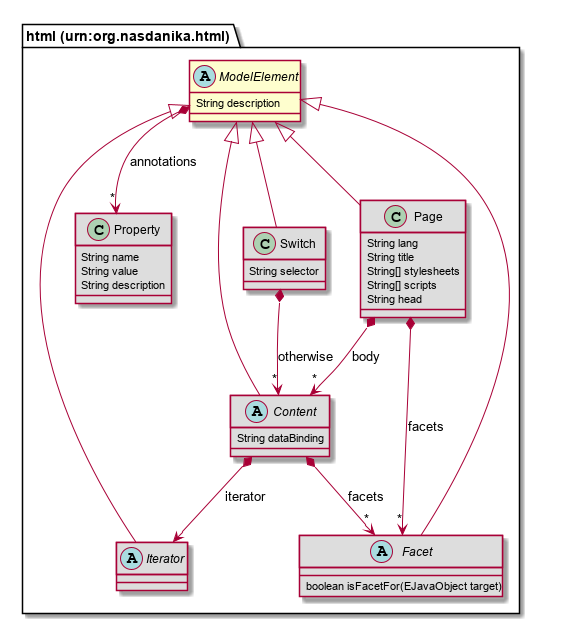
Nasdanika/html keeps this PlantUML diagram as repository/src/site/resources/model-doc/75726e3a6f72672e6e617364616e696b612e68746d6c/ModelElement.png. Above is the earlier version. The source it was exported from:
```plantuml
@startuml
abstract class "html (urn:org.nasdanika.html).ModelElement" [[#router/doc-content/75726e3a6f72672e6e617364616e696b612e68746d6c/ModelElement.html{Base class for other model elements featuring description and properties.}]] {
	String description
}
abstract class "html (urn:org.nasdanika.html).Iterator" [[#router/doc-content/75726e3a6f72672e6e617364616e696b612e68746d6c/Iterator.html{Iterator produces zero or more values. }]] #DDDDDD {
}
class "html (urn:org.nasdanika.html).Property" [[#router/doc-content/75726e3a6f72672e6e617364616e696b612e68746d6c/Property.html{A generic name-value pair.}]] #DDDDDD {
	String name
	String value
	String description
}
abstract class "html (urn:org.nasdanika.html).Facet" [[#router/doc-content/75726e3a6f72672e6e617364616e696b612e68746d6c/Facet.html{Model element facets customize elements for a specific purpose. }]] #DDDDDD {
	boolean isFacetFor(EJavaObject target)
}
class "html (urn:org.nasdanika.html).Page" [[#router/doc-content/75726e3a6f72672e6e617364616e696b612e68746d6c/Page.html{HTML page containing other content.}]] #DDDDDD {
	String lang
	String title
	String[] stylesheets
	String[] scripts
	String head
}
abstract class "html (urn:org.nasdanika.html).Content" [[#router/doc-content/75726e3a6f72672e6e617364616e696b612e68746d6c/Content.html{Base class for content.}]] #DDDDDD {
	String dataBinding
}
class "html (urn:org.nasdanika.html).Switch" [[#router/doc-content/75726e3a6f72672e6e617364616e696b612e68746d6c/Switch.html{Switch allows to select content of one of its cases of the default (otherwise) content based on a selector value matching on of the case values or not matching any value in which case the otherwise content will be selected, if it is present.}]] #DDDDDD {
	String selector
}
"html (urn:org.nasdanika.html).ModelElement" <|-- "html (urn:org.nasdanika.html).Iterator"
"html (urn:org.nasdanika.html).ModelElement" <|-- "html (urn:org.nasdanika.html).Facet"
"html (urn:org.nasdanika.html).ModelElement" <|-- "html (urn:org.nasdanika.html).Page"
"html (urn:org.nasdanika.html).ModelElement" <|-- "html (urn:org.nasdanika.html).Content"
"html (urn:org.nasdanika.html).ModelElement" <|-- "html (urn:org.nasdanika.html).Switch"
"html (urn:org.nasdanika.html).ModelElement" *--> "*" "html (urn:org.nasdanika.html).Property" : annotations
"html (urn:org.nasdanika.html).Page" *--> "*" "html (urn:org.nasdanika.html).Content" : body
"html (urn:org.nasdanika.html).Page" *--> "*" "html (urn:org.nasdanika.html).Facet" : facets
"html (urn:org.nasdanika.html).Content" *--> "html (urn:org.nasdanika.html).Iterator" : iterator
"html (urn:org.nasdanika.html).Content" *--> "*" "html (urn:org.nasdanika.html).Facet" : facets
"html (urn:org.nasdanika.html).Switch" *--> "*" "html (urn:org.nasdanika.html).Content" : otherwise
@enduml
```
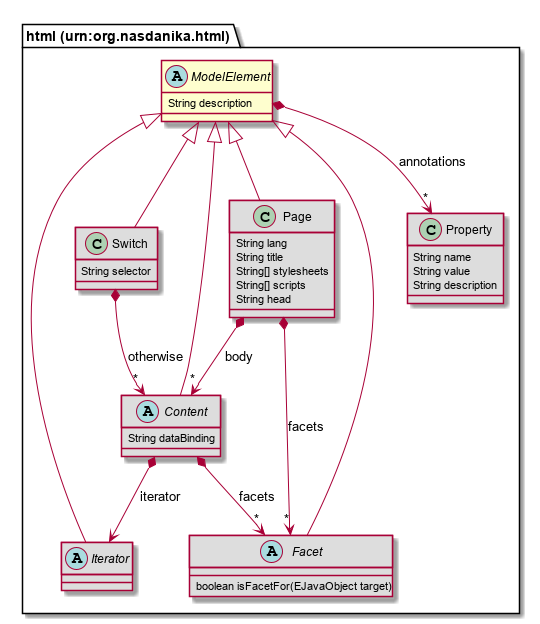
After the commit.

The edit, as a diff of the source:
```diff
@@ -4,13 +4,11 @@
 }
 abstract class "html (urn:org.nasdanika.html).Iterator" [[#router/doc-content/75726e3a6f72672e6e617364616e696b612e68746d6c/Iterator.html{Iterator produces zero or more values. }]] #DDDDDD {
 }
-class "html (urn:org.nasdanika.html).Property" [[#router/doc-content/75726e3a6f72672e6e617364616e696b612e68746d6c/Property.html{A generic name-value pair.}]] #DDDDDD {
-	String name
-	String value
-	String description
+class "html (urn:org.nasdanika.html).Switch" [[#router/doc-content/75726e3a6f72672e6e617364616e696b612e68746d6c/Switch.html{Switch allows to select content of one of its cases of the default (otherwise) content based on a selector value matching on of the case values or not matching any value in which case the otherwise content will be selected, if it is present.}]] #DDDDDD {
+	String selector
 }
-abstract class "html (urn:org.nasdanika.html).Facet" [[#router/doc-content/75726e3a6f72672e6e617364616e696b612e68746d6c/Facet.html{Model element facets customize elements for a specific purpose. }]] #DDDDDD {
-	boolean isFacetFor(EJavaObject target)
+abstract class "html (urn:org.nasdanika.html).Content" [[#router/doc-content/75726e3a6f72672e6e617364616e696b612e68746d6c/Content.html{Base class for content.}]] #DDDDDD {
+	String dataBinding
 }
 class "html (urn:org.nasdanika.html).Page" [[#router/doc-content/75726e3a6f72672e6e617364616e696b612e68746d6c/Page.html{HTML page containing other content.}]] #DDDDDD {
 	String lang
@@ -19,21 +17,23 @@
 	String[] scripts
 	String head
 }
-abstract class "html (urn:org.nasdanika.html).Content" [[#router/doc-content/75726e3a6f72672e6e617364616e696b612e68746d6c/Content.html{Base class for content.}]] #DDDDDD {
-	String dataBinding
+abstract class "html (urn:org.nasdanika.html).Facet" [[#router/doc-content/75726e3a6f72672e6e617364616e696b612e68746d6c/Facet.html{Model element facets customize elements for a specific purpose. }]] #DDDDDD {
+	boolean isFacetFor(EJavaObject target)
 }
-class "html (urn:org.nasdanika.html).Switch" [[#router/doc-content/75726e3a6f72672e6e617364616e696b612e68746d6c/Switch.html{Switch allows to select content of one of its cases of the default (otherwise) content based on a selector value matching on of the case values or not matching any value in which case the otherwise content will be selected, if it is present.}]] #DDDDDD {
-	String selector
+class "html (urn:org.nasdanika.html).Property" [[#router/doc-content/75726e3a6f72672e6e617364616e696b612e68746d6c/Property.html{A generic name-value pair.}]] #DDDDDD {
+	String name
+	String value
+	String description
 }
 "html (urn:org.nasdanika.html).ModelElement" <|-- "html (urn:org.nasdanika.html).Iterator"
+"html (urn:org.nasdanika.html).ModelElement" <|-- "html (urn:org.nasdanika.html).Switch"
+"html (urn:org.nasdanika.html).ModelElement" <|-- "html (urn:org.nasdanika.html).Content"
+"html (urn:org.nasdanika.html).ModelElement" <|-- "html (urn:org.nasdanika.html).Page"
 "html (urn:org.nasdanika.html).ModelElement" <|-- "html (urn:org.nasdanika.html).Facet"
-"html (urn:org.nasdanika.html).ModelElement" <|-- "html (urn:org.nasdanika.html).Page"
-"html (urn:org.nasdanika.html).ModelElement" <|-- "html (urn:org.nasdanika.html).Content"
-"html (urn:org.nasdanika.html).ModelElement" <|-- "html (urn:org.nasdanika.html).Switch"
 "html (urn:org.nasdanika.html).ModelElement" *--> "*" "html (urn:org.nasdanika.html).Property" : annotations
+"html (urn:org.nasdanika.html).Switch" *--> "*" "html (urn:org.nasdanika.html).Content" : otherwise
+"html (urn:org.nasdanika.html).Content" *--> "html (urn:org.nasdanika.html).Iterator" : iterator
+"html (urn:org.nasdanika.html).Content" *--> "*" "html (urn:org.nasdanika.html).Facet" : facets
 "html (urn:org.nasdanika.html).Page" *--> "*" "html (urn:org.nasdanika.html).Content" : body
 "html (urn:org.nasdanika.html).Page" *--> "*" "html (urn:org.nasdanika.html).Facet" : facets
-"html (urn:org.nasdanika.html).Content" *--> "html (urn:org.nasdanika.html).Iterator" : iterator
-"html (urn:org.nasdanika.html).Content" *--> "*" "html (urn:org.nasdanika.html).Facet" : facets
-"html (urn:org.nasdanika.html).Switch" *--> "*" "html (urn:org.nasdanika.html).Content" : otherwise
 @enduml
```
